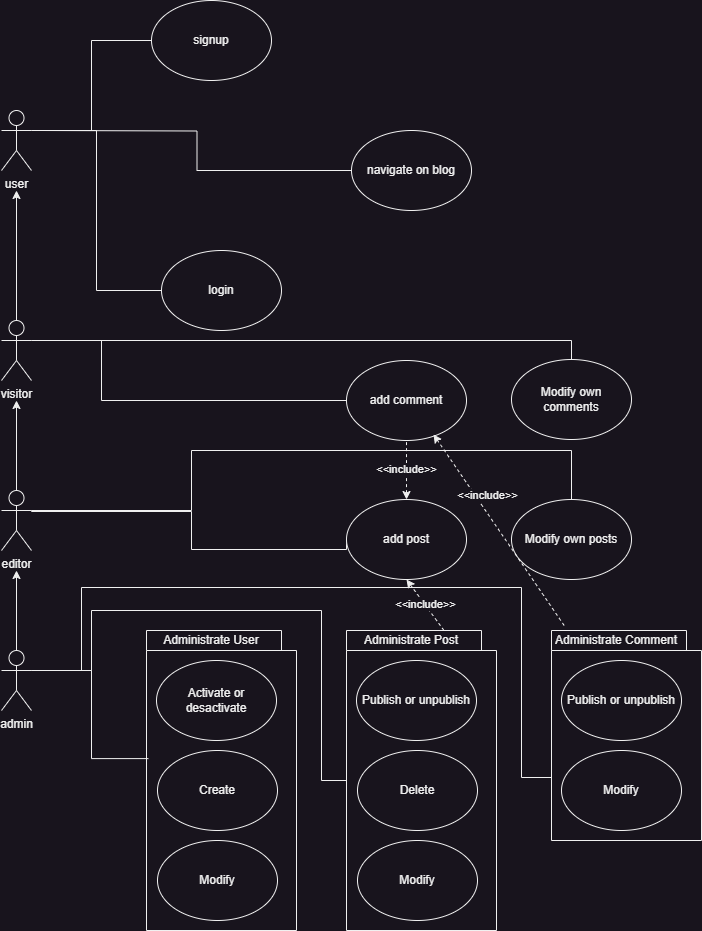
D-Jerome/Blog keeps this draw.io diagram as diagrams/use diagram.png. Above is the earlier version. Source tidied: cells renumbered, new cells last; positions are measured from the earlier drawing's top-left corner, leaving out a move shared by most shapes.
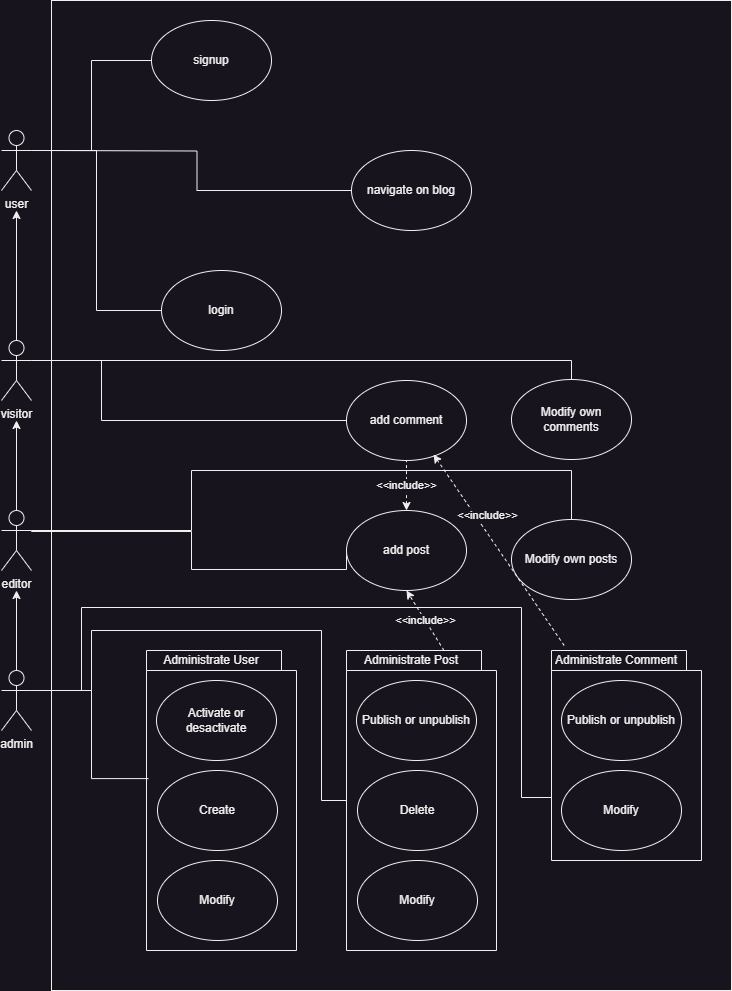
After the change.

Diff of the diagram source:
```diff
@@ -2,6 +2,9 @@
   <root>
     <mxCell id="0" />
     <mxCell id="1" parent="0" />
+    <mxCell id="43" style="rounded=0;whiteSpace=wrap;html=1;" parent="1" vertex="1">
+      <mxGeometry x="50" y="-20" width="680" height="990" as="geometry" />
+    </mxCell>
     <mxCell id="2" style="shape=folder;fontStyle=1;spacingTop=10;tabWidth=220;tabHeight=20;tabPosition=left;html=1;whiteSpace=wrap;" parent="1" vertex="1">
       <mxGeometry x="145" y="630" width="150" height="300" as="geometry" />
     </mxCell>
@@ -66,7 +69,7 @@
       <mxGeometry x="345" y="360" width="120" height="80" as="geometry" />
     </mxCell>
     <mxCell id="17" value="add post" style="ellipse;whiteSpace=wrap;html=1;" parent="1" vertex="1">
-      <mxGeometry x="345" y="499" width="120" height="80" as="geometry" />
+      <mxGeometry x="345" y="490" width="120" height="80" as="geometry" />
     </mxCell>
     <mxCell id="18" style="edgeStyle=orthogonalEdgeStyle;rounded=0;jettySize=auto;html=1;exitX=0.5;exitY=0;exitDx=0;exitDy=0;endArrow=none;endFill=0;" parent="1" edge="1" source="19">
       <mxGeometry relative="1" as="geometry">
```
